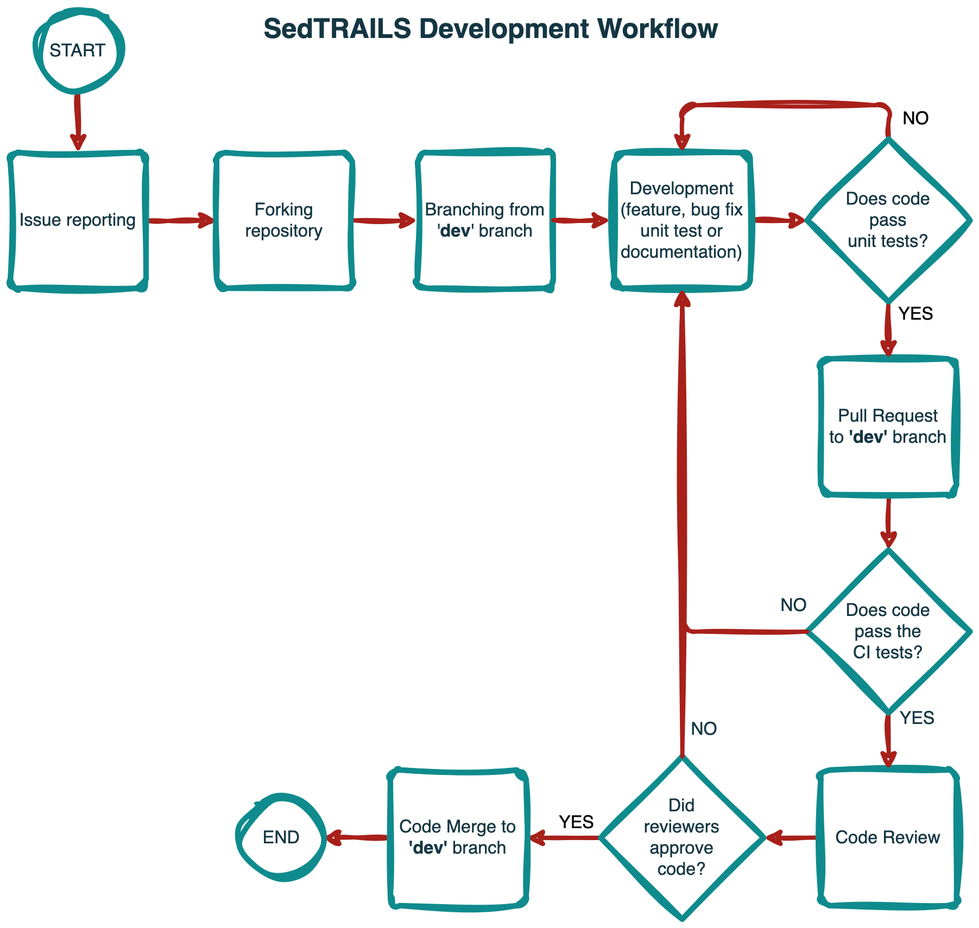
Before: docs/img/sedtrails-workflow.png, a diagram exported from draw.io (sgpearson17/sedtrails-sgp). Source tidied: cells renumbered, new cells last; positions are measured from the earlier drawing's top-left corner, leaving out a move shared by most shapes.
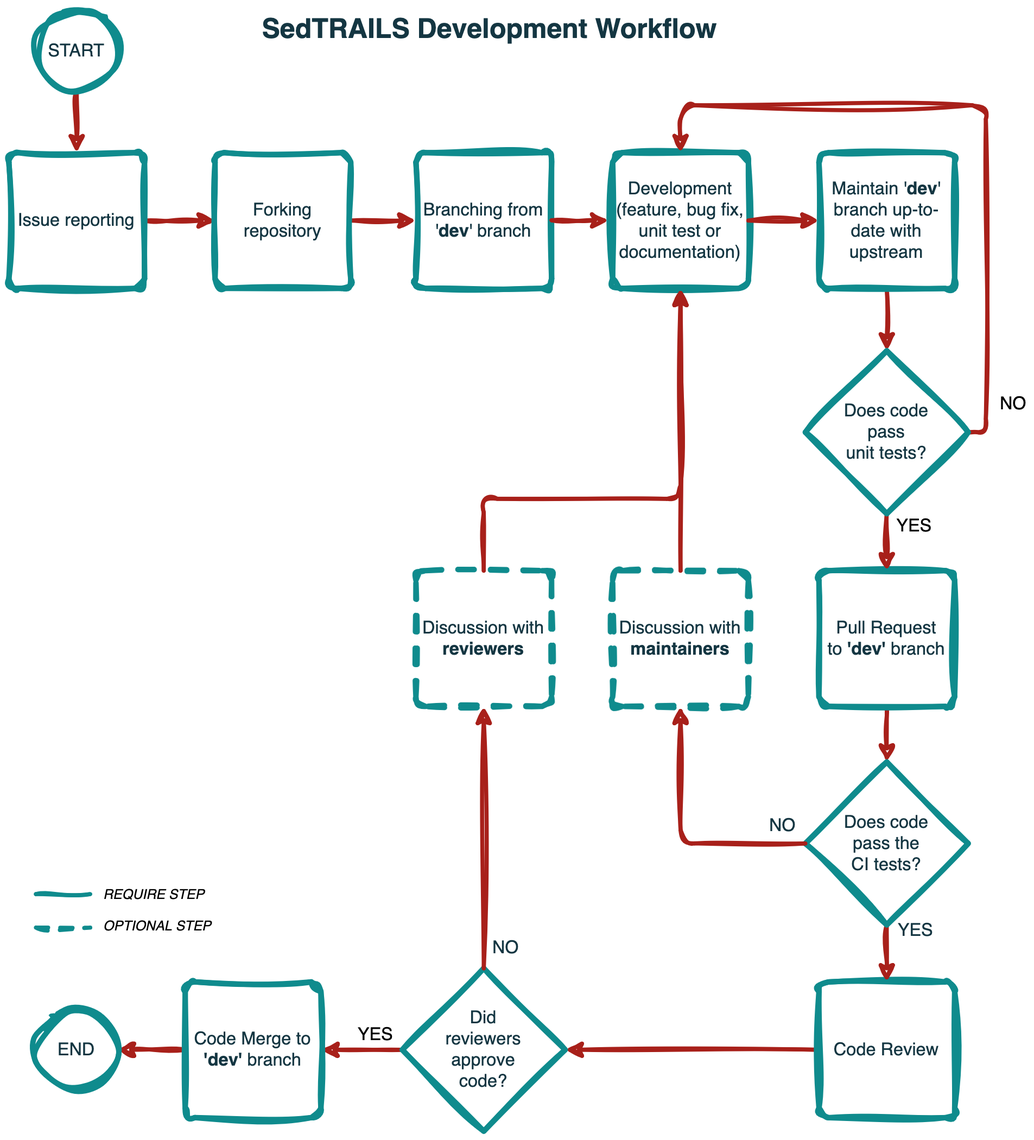
Above is the later version.

Commit message:
Update sedtrails workflow image

The edit, as a diff of the source:
```diff
@@ -20,65 +20,66 @@
     <mxCell id="7" value="Forking repository" style="rounded=1;whiteSpace=wrap;html=1;absoluteArcSize=1;arcSize=14;strokeWidth=4;fillColor=none;strokeColor=#0F8B8D;labelBackgroundColor=none;fontColor=#143642;fontSize=13;sketch=1;curveFitting=1;jiggle=2;" parent="1" vertex="1">
       <mxGeometry x="152" y="105" width="100" height="100" as="geometry" />
     </mxCell>
-    <mxCell id="8" style="edgeStyle=orthogonalEdgeStyle;rounded=1;jettySize=auto;html=1;entryX=0;entryY=0.5;entryDx=0;entryDy=0;entryPerimeter=0;exitX=1;exitY=0.5;exitDx=0;exitDy=0;labelBackgroundColor=none;strokeColor=#A8201A;fontColor=default;strokeWidth=3;sketch=1;curveFitting=1;jiggle=2;" parent="1" edge="1" source="9" target="14">
+    <mxCell id="8" style="edgeStyle=orthogonalEdgeStyle;rounded=1;jettySize=auto;html=1;entryX=0.5;entryY=0;entryDx=0;entryDy=0;entryPerimeter=0;exitX=0.5;exitY=1;exitDx=0;exitDy=0;labelBackgroundColor=none;strokeColor=#A8201A;fontColor=default;strokeWidth=3;sketch=1;curveFitting=1;jiggle=2;" parent="1" edge="1" source="32" target="14">
       <mxGeometry relative="1" as="geometry" />
     </mxCell>
-    <mxCell id="9" value="Development (feature, bug fix unit test or documentation)" style="rounded=1;whiteSpace=wrap;html=1;absoluteArcSize=1;arcSize=14;strokeWidth=4;fillColor=none;strokeColor=#0F8B8D;fontColor=#143642;labelBackgroundColor=none;perimeterSpacing=0;fontSize=13;sketch=1;curveFitting=1;jiggle=2;" parent="1" vertex="1">
+    <mxCell id="9" value="Development (feature, bug fix, unit test or documentation)" style="rounded=1;whiteSpace=wrap;html=1;absoluteArcSize=1;arcSize=14;strokeWidth=4;fillColor=none;strokeColor=#0F8B8D;fontColor=#143642;labelBackgroundColor=none;perimeterSpacing=0;fontSize=13;sketch=1;curveFitting=1;jiggle=2;" parent="1" vertex="1">
       <mxGeometry x="445" y="105" width="100" height="100" as="geometry" />
     </mxCell>
     <mxCell id="10" style="edgeStyle=orthogonalEdgeStyle;rounded=1;jettySize=auto;html=1;exitX=0.5;exitY=1;exitDx=0;exitDy=0;labelBackgroundColor=none;strokeColor=#A8201A;fontColor=default;strokeWidth=3;sketch=1;curveFitting=1;jiggle=2;" parent="1" edge="1" source="11" target="27">
       <mxGeometry relative="1" as="geometry" />
     </mxCell>
     <mxCell id="11" value="&lt;div&gt;Pull Request &lt;br&gt;&lt;/div&gt;&lt;div&gt;to &lt;b&gt;'dev'&lt;/b&gt; branch&lt;br&gt;&lt;/div&gt;" style="rounded=1;whiteSpace=wrap;html=1;absoluteArcSize=1;arcSize=14;strokeWidth=4;fillColor=none;strokeColor=#0F8B8D;fontColor=#143642;labelBackgroundColor=none;perimeterSpacing=0;fontSize=13;sketch=1;curveFitting=1;jiggle=2;" parent="1" vertex="1">
-      <mxGeometry x="597" y="257" width="100" height="100" as="geometry" />
+      <mxGeometry x="597" y="413" width="100" height="100" as="geometry" />
     </mxCell>
     <mxCell id="12" value="YES" style="edgeStyle=orthogonalEdgeStyle;rounded=1;jettySize=auto;html=1;entryX=0.5;entryY=0;entryDx=0;entryDy=0;exitX=0.5;exitY=1;exitDx=0;exitDy=0;exitPerimeter=0;labelBackgroundColor=none;strokeColor=#A8201A;fontColor=default;strokeWidth=3;fontSize=13;sketch=1;curveFitting=1;jiggle=2;" parent="1" edge="1" source="14" target="11">
       <mxGeometry x="-0.54" y="20" relative="1" as="geometry" />
     </mxCell>
-    <mxCell id="13" value="NO" style="edgeStyle=orthogonalEdgeStyle;rounded=1;jettySize=auto;html=1;entryX=0.5;entryY=0;entryDx=0;entryDy=0;exitX=0.5;exitY=0;exitDx=0;exitDy=0;exitPerimeter=0;labelBackgroundColor=none;strokeColor=#A8201A;fontColor=default;strokeWidth=3;fontSize=13;endArrow=classic;endFill=1;sketch=1;curveFitting=1;jiggle=2;" parent="1" edge="1" source="14" target="9">
-      <mxGeometry x="-0.85" y="-20" relative="1" as="geometry">
+    <mxCell id="13" value="NO" style="edgeStyle=orthogonalEdgeStyle;rounded=1;jettySize=auto;html=1;entryX=0.5;entryY=0;entryDx=0;entryDy=0;exitX=1;exitY=0.5;exitDx=0;exitDy=0;exitPerimeter=0;labelBackgroundColor=none;strokeColor=#A8201A;fontColor=default;strokeWidth=3;fontSize=13;endArrow=classic;endFill=1;sketch=1;curveFitting=1;jiggle=2;" parent="1" edge="1" source="14" target="9">
+      <mxGeometry x="-0.87" y="-20" relative="1" as="geometry">
         <Array as="points">
-          <mxPoint x="647" y="70" />
+          <mxPoint x="720" y="311" />
+          <mxPoint x="720" y="70" />
           <mxPoint x="495" y="70" />
         </Array>
       </mxGeometry>
     </mxCell>
     <mxCell id="14" value="Does code &lt;br style=&quot;font-size: 13px;&quot;&gt;pass&lt;br style=&quot;font-size: 13px;&quot;&gt;unit tests?" style="strokeWidth=4;html=1;shape=mxgraph.flowchart.decision;whiteSpace=wrap;rounded=1;fillColor=none;strokeColor=#0F8B8D;fontColor=#143642;labelBackgroundColor=none;perimeterSpacing=0;fontSize=13;sketch=1;curveFitting=1;jiggle=2;" parent="1" vertex="1">
-      <mxGeometry x="587" y="95" width="120" height="120" as="geometry" />
+      <mxGeometry x="587" y="251" width="120" height="120" as="geometry" />
     </mxCell>
     <mxCell id="15" style="edgeStyle=orthogonalEdgeStyle;rounded=1;jettySize=auto;html=1;labelBackgroundColor=none;strokeColor=#A8201A;fontColor=default;strokeWidth=3;sketch=1;curveFitting=1;jiggle=2;" parent="1" edge="1" source="16" target="18">
       <mxGeometry relative="1" as="geometry" />
     </mxCell>
     <mxCell id="16" value="Code Review" style="rounded=1;whiteSpace=wrap;html=1;absoluteArcSize=1;arcSize=14;strokeWidth=4;fillColor=none;strokeColor=#0F8B8D;fontColor=#143642;labelBackgroundColor=none;perimeterSpacing=0;fontSize=13;sketch=1;curveFitting=1;jiggle=2;" parent="1" vertex="1">
-      <mxGeometry x="597" y="560" width="100" height="100" as="geometry" />
+      <mxGeometry x="597" y="716" width="100" height="100" as="geometry" />
     </mxCell>
     <mxCell id="17" value="YES" style="edgeStyle=orthogonalEdgeStyle;rounded=1;jettySize=auto;html=1;labelBackgroundColor=none;strokeColor=#A8201A;fontColor=default;strokeWidth=3;fontSize=13;sketch=1;curveFitting=1;jiggle=2;" parent="1" edge="1" source="18" target="20">
       <mxGeometry x="-0.33" y="-11" relative="1" as="geometry" />
     </mxCell>
     <mxCell id="18" value="Did &lt;br&gt;reviewers &lt;br&gt;approve &lt;br style=&quot;font-size: 13px;&quot;&gt;code?" style="strokeWidth=4;html=1;shape=mxgraph.flowchart.decision;whiteSpace=wrap;rounded=1;fillColor=none;strokeColor=#0F8B8D;fontColor=#143642;labelBackgroundColor=none;perimeterSpacing=0;fontSize=13;sketch=1;curveFitting=1;jiggle=2;" parent="1" vertex="1">
-      <mxGeometry x="435" y="550" width="120" height="120" as="geometry" />
+      <mxGeometry x="290" y="706" width="120" height="120" as="geometry" />
     </mxCell>
     <mxCell id="19" style="edgeStyle=orthogonalEdgeStyle;rounded=1;jettySize=auto;html=1;entryX=1;entryY=0.5;entryDx=0;entryDy=0;entryPerimeter=0;exitX=0;exitY=0.5;exitDx=0;exitDy=0;labelBackgroundColor=none;strokeColor=#A8201A;fontColor=default;strokeWidth=3;sketch=1;curveFitting=1;jiggle=2;" parent="1" edge="1" source="20" target="21">
       <mxGeometry relative="1" as="geometry" />
     </mxCell>
     <mxCell id="20" value="Code Merge to &lt;b&gt;'dev' &lt;/b&gt;branch" style="rounded=1;whiteSpace=wrap;html=1;absoluteArcSize=1;arcSize=14;strokeWidth=4;fillColor=none;strokeColor=#0F8B8D;fontColor=#143642;labelBackgroundColor=none;perimeterSpacing=0;fontSize=13;sketch=1;curveFitting=1;jiggle=2;" parent="1" vertex="1">
-      <mxGeometry x="280" y="560" width="100" height="100" as="geometry" />
+      <mxGeometry x="130" y="716" width="100" height="100" as="geometry" />
     </mxCell>
     <mxCell id="21" value="END" style="strokeWidth=4;html=1;shape=mxgraph.flowchart.start_2;whiteSpace=wrap;rounded=1;fillColor=none;strokeColor=#0F8B8D;fontColor=#143642;labelBackgroundColor=none;perimeterSpacing=0;fontSize=13;sketch=1;curveFitting=1;jiggle=2;" parent="1" vertex="1">
-      <mxGeometry x="170" y="580" width="60" height="60" as="geometry" />
+      <mxGeometry x="20" y="736" width="60" height="60" as="geometry" />
     </mxCell>
-    <mxCell id="22" style="edgeStyle=orthogonalEdgeStyle;rounded=1;jettySize=auto;html=1;fontSize=16;labelBackgroundColor=none;strokeColor=#A8201A;fontColor=default;strokeWidth=3;exitX=0.5;exitY=0;exitDx=0;exitDy=0;exitPerimeter=0;entryX=0.5;entryY=1;entryDx=0;entryDy=0;sketch=1;curveFitting=1;jiggle=2;" parent="1" edge="1" source="18" target="9">
+    <mxCell id="22" style="edgeStyle=orthogonalEdgeStyle;rounded=1;jettySize=auto;html=1;fontSize=16;labelBackgroundColor=none;strokeColor=#A8201A;fontColor=default;strokeWidth=3;exitX=0.5;exitY=0;exitDx=0;exitDy=0;exitPerimeter=0;sketch=1;curveFitting=1;jiggle=2;entryX=0.5;entryY=1;entryDx=0;entryDy=0;" parent="1" edge="1" source="18" target="36">
       <mxGeometry relative="1" as="geometry" />
     </mxCell>
     <mxCell id="23" value="NO" style="edgeLabel;html=1;align=center;verticalAlign=middle;fontSize=13;sketch=1;curveFitting=1;jiggle=2;labelBackgroundColor=none;fontColor=#143642;" parent="22" vertex="1">
       <mxGeometry x="-0.81" y="-2" relative="1" as="geometry">
-        <mxPoint x="13" y="12" as="offset" />
+        <mxPoint x="13" y="2" as="offset" />
       </mxGeometry>
     </mxCell>
     <mxCell id="24" value="&lt;font style=&quot;font-size: 20px;&quot;&gt;SedTRAILS Development Workflow&lt;/font&gt;" style="text;html=1;strokeColor=none;fillColor=none;align=left;verticalAlign=middle;whiteSpace=wrap;rounded=1;fontSize=20;fontStyle=1;fontColor=#143642;labelBackgroundColor=none;arcSize=50;sketch=1;curveFitting=1;jiggle=2;" parent="1" vertex="1">
       <mxGeometry x="185" width="360" height="30" as="geometry" />
     </mxCell>
-    <mxCell id="25" style="edgeStyle=orthogonalEdgeStyle;rounded=0;jettySize=auto;html=1;strokeWidth=3;strokeColor=#A8201A;labelBackgroundColor=none;fontColor=default;sketch=1;curveFitting=1;jiggle=2;" parent="1" edge="1" source="27" target="16">
+    <mxCell id="25" style="edgeStyle=orthogonalEdgeStyle;rounded=0;jettySize=auto;html=1;strokeWidth=3;strokeColor=#A8201A;labelBackgroundColor=none;fontColor=default;sketch=1;curveFitting=1;jiggle=2;exitX=0.5;exitY=1;exitDx=0;exitDy=0;exitPerimeter=0;" parent="1" edge="1" source="27" target="16">
       <mxGeometry relative="1" as="geometry" />
     </mxCell>
     <mxCell id="26" value="YES" style="edgeLabel;html=1;align=center;verticalAlign=middle;labelBackgroundColor=none;fontColor=#143642;fontSize=13;sketch=1;curveFitting=1;jiggle=2;" parent="25" vertex="1">
@@ -86,15 +87,15 @@
         <mxPoint x="18" y="-14" as="offset" />
       </mxGeometry>
     </mxCell>
-    <mxCell id="27" value="Does code &lt;br style=&quot;font-size: 13px;&quot;&gt;pass the &lt;br style=&quot;font-size: 13px;&quot;&gt;CI tests?" style="strokeWidth=4;html=1;shape=mxgraph.flowchart.decision;whiteSpace=wrap;rounded=1;fillColor=none;strokeColor=#0F8B8D;fontColor=#143642;labelBackgroundColor=none;perimeterSpacing=0;fontSize=13;sketch=1;curveFitting=1;jiggle=2;" parent="1" vertex="1">
-      <mxGeometry x="587" y="398" width="120" height="120" as="geometry" />
+    <mxCell id="27" value="Does code &lt;br style=&quot;font-size: 13px;&quot;&gt;pass the &lt;br style=&quot;font-size: 13px;&quot;&gt;CI tests?" style="strokeWidth=4;html=1;shape=mxgraph.flowchart.decision;whiteSpace=wrap;rounded=1;fillColor=none;strokeColor=light-dark(#0f8b8d, #39a3a5);fontColor=#143642;labelBackgroundColor=none;perimeterSpacing=0;fontSize=13;sketch=1;curveFitting=1;jiggle=2;" parent="1" vertex="1">
+      <mxGeometry x="587" y="554" width="120" height="120" as="geometry" />
     </mxCell>
-    <mxCell id="28" style="edgeStyle=orthogonalEdgeStyle;rounded=1;jettySize=auto;html=1;exitX=0;exitY=0.5;exitDx=0;exitDy=0;labelBackgroundColor=none;strokeColor=#A8201A;fontColor=default;strokeWidth=3;exitPerimeter=0;entryX=0.5;entryY=1;entryDx=0;entryDy=0;sketch=1;curveFitting=1;jiggle=2;" parent="1" edge="1" source="27" target="9">
+    <mxCell id="28" style="edgeStyle=orthogonalEdgeStyle;rounded=1;jettySize=auto;html=1;exitX=0;exitY=0.5;exitDx=0;exitDy=0;labelBackgroundColor=none;strokeColor=#A8201A;fontColor=default;strokeWidth=3;exitPerimeter=0;sketch=1;curveFitting=1;jiggle=2;entryX=0.5;entryY=1;entryDx=0;entryDy=0;" parent="1" edge="1" source="27" target="34">
       <mxGeometry relative="1" as="geometry" />
     </mxCell>
     <mxCell id="29" value="NO" style="edgeLabel;html=1;align=center;verticalAlign=middle;labelBackgroundColor=none;fontColor=#143642;fontSize=13;sketch=1;curveFitting=1;jiggle=2;" parent="28" vertex="1">
       <mxGeometry x="-0.71" relative="1" as="geometry">
-        <mxPoint x="38" y="-20" as="offset" />
+        <mxPoint x="11" y="-14" as="offset" />
       </mxGeometry>
     </mxCell>
     <mxCell id="30" value="Branching from '&lt;b&gt;dev&lt;/b&gt;' branch" style="rounded=1;whiteSpace=wrap;html=1;absoluteArcSize=1;arcSize=14;strokeWidth=4;fillColor=none;strokeColor=#0F8B8D;labelBackgroundColor=none;fontColor=#143642;fontSize=13;sketch=1;curveFitting=1;jiggle=2;" parent="1" vertex="1">
@@ -106,5 +107,49 @@
         <mxPoint x="442" y="154.8" as="targetPoint" />
       </mxGeometry>
     </mxCell>
+    <mxCell id="32" value="Maintain '&lt;b&gt;dev&lt;/b&gt;' branch up-to-date with upstream" style="rounded=1;whiteSpace=wrap;html=1;absoluteArcSize=1;arcSize=14;strokeWidth=4;fillColor=none;strokeColor=#0F8B8D;fontColor=#143642;labelBackgroundColor=none;perimeterSpacing=0;fontSize=13;sketch=1;curveFitting=1;jiggle=2;" parent="1" vertex="1">
+      <mxGeometry x="597" y="105" width="100" height="100" as="geometry" />
+    </mxCell>
+    <mxCell id="33" style="edgeStyle=orthogonalEdgeStyle;rounded=1;jettySize=auto;html=1;entryX=0;entryY=0.5;entryDx=0;entryDy=0;exitX=1;exitY=0.5;exitDx=0;exitDy=0;labelBackgroundColor=none;strokeColor=#A8201A;fontColor=default;strokeWidth=3;sketch=1;curveFitting=1;jiggle=2;" parent="1" edge="1" source="9" target="32">
+      <mxGeometry relative="1" as="geometry" />
+    </mxCell>
+    <mxCell id="34" value="Discussion with &lt;b&gt;maintainers&lt;/b&gt;" style="rounded=1;whiteSpace=wrap;html=1;absoluteArcSize=1;arcSize=14;strokeWidth=4;fillColor=none;strokeColor=#0F8B8D;fontColor=#143642;labelBackgroundColor=none;perimeterSpacing=0;fontSize=13;sketch=1;curveFitting=1;jiggle=2;dashed=1;" parent="1" vertex="1">
+      <mxGeometry x="445" y="413" width="100" height="100" as="geometry" />
+    </mxCell>
+    <mxCell id="35" style="edgeStyle=orthogonalEdgeStyle;rounded=1;jettySize=auto;html=1;exitX=0.5;exitY=0;exitDx=0;exitDy=0;labelBackgroundColor=none;strokeColor=#A8201A;fontColor=default;strokeWidth=3;sketch=1;curveFitting=1;jiggle=2;entryX=0.5;entryY=1;entryDx=0;entryDy=0;" parent="1" edge="1" source="34" target="9">
+      <mxGeometry relative="1" as="geometry" />
+    </mxCell>
+    <mxCell id="36" value="Discussion with &lt;b&gt;reviewers&lt;/b&gt;" style="rounded=1;whiteSpace=wrap;html=1;absoluteArcSize=1;arcSize=14;strokeWidth=4;fillColor=none;strokeColor=#0F8B8D;fontColor=#143642;labelBackgroundColor=none;perimeterSpacing=0;fontSize=13;sketch=1;curveFitting=1;jiggle=2;dashed=1;" parent="1" vertex="1">
+      <mxGeometry x="300" y="413" width="100" height="100" as="geometry" />
+    </mxCell>
+    <mxCell id="37" style="edgeStyle=orthogonalEdgeStyle;rounded=1;jettySize=auto;html=1;exitX=0.5;exitY=0;exitDx=0;exitDy=0;labelBackgroundColor=none;strokeColor=#A8201A;fontColor=default;strokeWidth=3;sketch=1;curveFitting=1;jiggle=2;entryX=0.5;entryY=1;entryDx=0;entryDy=0;" parent="1" edge="1" source="36" target="9">
+      <mxGeometry relative="1" as="geometry">
+        <Array as="points">
+          <mxPoint x="350" y="360" />
+          <mxPoint x="495" y="360" />
+        </Array>
+      </mxGeometry>
+    </mxCell>
+    <mxCell id="38" style="group;" parent="1" vertex="1">
+      <mxGeometry x="20" y="640" width="158" height="53" as="geometry" />
+    </mxCell>
+    <mxCell id="39" style="endArrow=none;html=1;rounded=0;sketch=1;hachureGap=4;jiggle=2;curveFitting=1;fontFamily=Architects Daughter;fontSource=https%3A%2F%2Ffonts.googleapis.com%2Fcss%3Ffamily%3DArchitects%2BDaughter;strokeColor=light-dark(#0f8b8d, #39a3a5);strokeWidth=3;" parent="38" edge="1">
+      <mxGeometry relative="1" as="geometry">
+        <mxPoint y="11.3" as="sourcePoint" />
+        <mxPoint x="40" y="11.3" as="targetPoint" />
+      </mxGeometry>
+    </mxCell>
+    <mxCell id="40" style="endArrow=none;html=1;rounded=1;sketch=1;hachureGap=4;jiggle=2;curveFitting=1;fontFamily=Architects Daughter;fontSource=https%3A%2F%2Ffonts.googleapis.com%2Fcss%3Ffamily%3DArchitects%2BDaughter;strokeColor=light-dark(#0f8b8d, #39a3a5);strokeWidth=3;curved=0;dashed=1;" parent="38" edge="1">
+      <mxGeometry relative="1" as="geometry">
+        <mxPoint y="36" as="sourcePoint" />
+        <mxPoint x="40" y="36" as="targetPoint" />
+      </mxGeometry>
+    </mxCell>
+    <mxCell id="41" value="&lt;font face=&quot;Helvetica&quot;&gt;REQUIRE STEP&lt;/font&gt;" style="text;whiteSpace=wrap;html=1;fontFamily=Architects Daughter;fontSource=https%3A%2F%2Ffonts.googleapis.com%2Fcss%3Ffamily%3DArchitects%2BDaughter;fontSize=10;fontStyle=2;" parent="38" vertex="1">
+      <mxGeometry x="48" width="110" height="20" as="geometry" />
+    </mxCell>
+    <mxCell id="42" value="&lt;font face=&quot;Helvetica&quot;&gt;OPTIONAL STEP&lt;/font&gt;" style="text;whiteSpace=wrap;html=1;fontFamily=Architects Daughter;fontSource=https%3A%2F%2Ffonts.googleapis.com%2Fcss%3Ffamily%3DArchitects%2BDaughter;fontSize=10;fontStyle=2;" parent="38" vertex="1">
+      <mxGeometry x="48" y="23" width="110" height="30" as="geometry" />
+    </mxCell>
   </root>
 </mxGraphModel>
```
